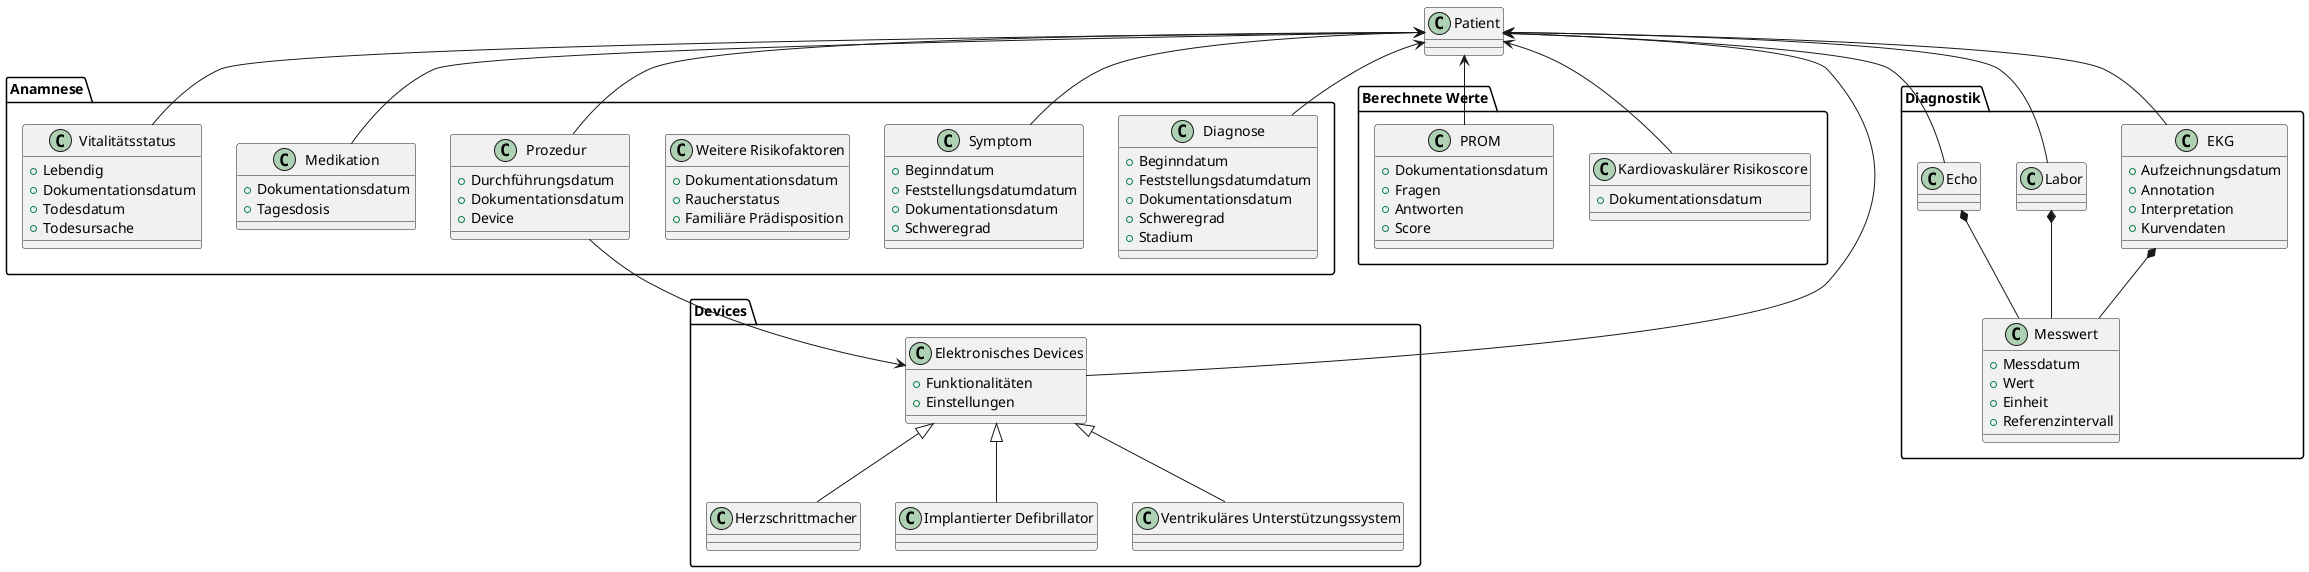
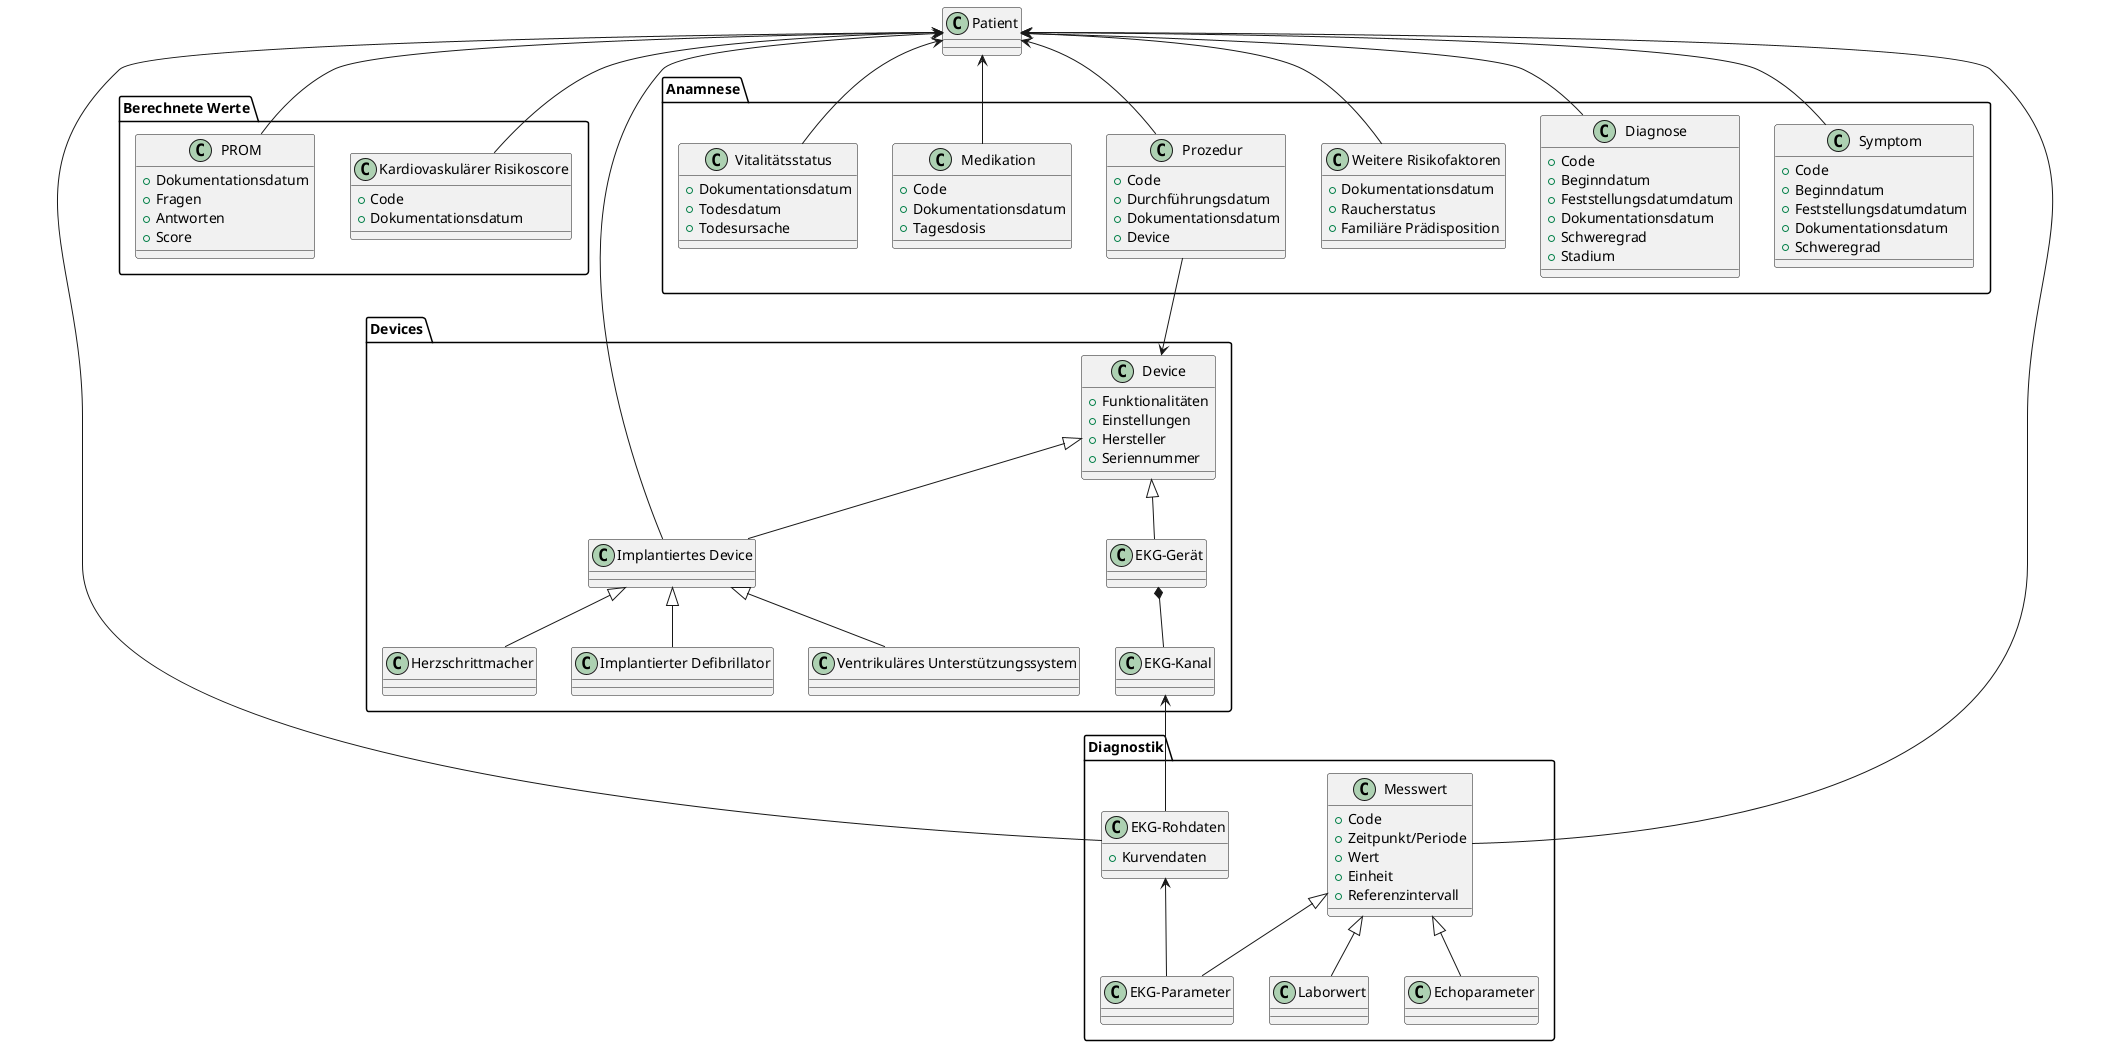
@startuml
- 
class Patient {}

package Anamnese {
+   class Symptom {
+     + Code
+     + Beginndatum
+     + Feststellungsdatumdatum
+     + Dokumentationsdatum
+     + Schweregrad
+   }
+ 
  class Diagnose {
+     + Code
    + Beginndatum
    + Feststellungsdatumdatum
    + Dokumentationsdatum
    + Schweregrad
    + Stadium
  }

-   class Symptom {
-     + Beginndatum
-     + Feststellungsdatumdatum
-     + Dokumentationsdatum
-     + Schweregrad
-   }
  class "Weitere Risikofaktoren" as Risikofaktoren {
    + Dokumentationsdatum
    + Raucherstatus
    + Familiäre Prädisposition
  }

  class Prozedur {
+     + Code
    + Durchführungsdatum
    + Dokumentationsdatum
    + Device
  }
  class Medikation {
+     + Code
    + Dokumentationsdatum
    + Tagesdosis
  }

  class "Vitalitätsstatus" as Status {
-     + Lebendig
    + Dokumentationsdatum
    + Todesdatum
    + Todesursache
  }
}

package "Berechnete Werte" as BerechneteWerte {
  class "Kardiovaskulärer Risikoscore" as KRScore {
+     + Code
    + Dokumentationsdatum
  }
  class PROM{
    + Dokumentationsdatum
    + Fragen
    + Antworten
    + Score
  }
}

package Diagnostik {
-   class EKG {
-     + Aufzeichnungsdatum
-     + Annotation
-     + Interpretation
+   class "EKG-Rohdaten" as EKGRoh {
    + Kurvendaten
  }
-   class Labor {}
  class Messwert {
-     + Messdatum
+     + Code
+     + Zeitpunkt/Periode
    + Wert
    + Einheit
    + Referenzintervall
  }
-   class Echo {}
+   class Echoparameter {}
+   class Laborwert {}
+   class "EKG-Parameter" as EKGParameter
}

package Devices {
-   class "Elektronisches Devices" as EDevice {
+   class Device {
    + Funktionalitäten
    + Einstellungen
+     + Hersteller
+     + Seriennummer
+   }
+   class "Implantiertes Device" as IDevice {
  }
  class Herzschrittmacher {}
  class "Implantierter Defibrillator" as ICD {}
  class "Ventrikuläres Unterstützungssystem" as VAD {}
+   class "EKG-Gerät" as EKGGerät {}
+   class "EKG-Kanal" as EKGKanal {}
}
' TODO: Devices generischer? Vielleicht kommen später ja noch weitere dazu

Patient <-- Diagnose
Patient <-- Symptom
Patient <-- Prozedur
Patient <-- Medikation
- Patient <-- EKG
- Patient <-- Labor
- Patient <-- Echo
Patient <-- KRScore
Patient <-- Status
Patient <-- PROM
- Patient <-- EDevice
- EKG *-- Messwert
- Labor *-- Messwert
- Echo *-- Messwert
- EDevice <|-- Herzschrittmacher
- EDevice <|-- ICD
- EDevice <|-- VAD
- Prozedur --> EDevice
- 
+ Patient <-- IDevice
+ Patient <-- Messwert
+ Patient <-- EKGRoh
+ Patient <-- Risikofaktoren
+ IDevice <|-- Herzschrittmacher
+ IDevice <|-- ICD
+ IDevice <|-- VAD
+ Prozedur --> Device
+ Device <|-- IDevice
+ Device <|-- EKGGerät
+ EKGGerät *-- EKGKanal
+ EKGKanal <-- EKGRoh
+ EKGRoh <-- EKGParameter
+ Messwert <|-- Echoparameter
+ Messwert <|-- Laborwert
+ Messwert <|-- EKGParameter
@enduml